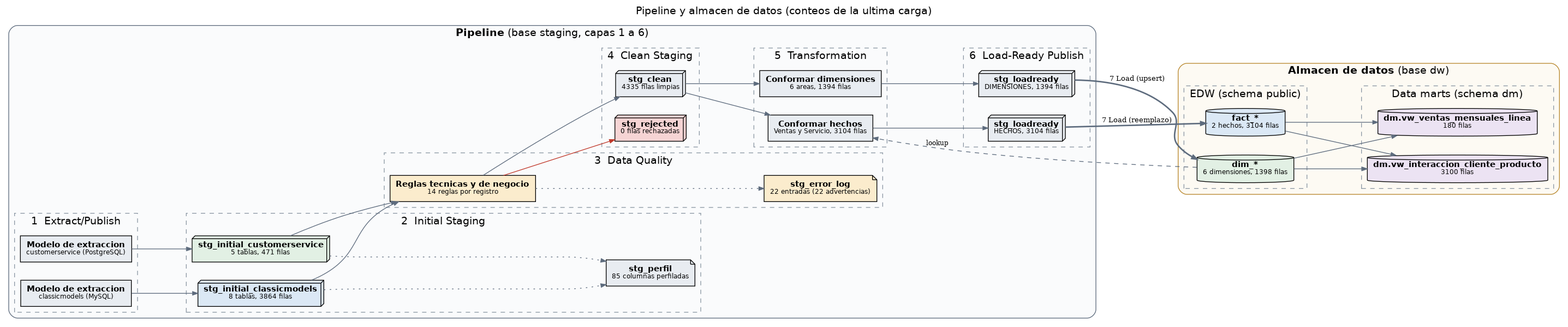
The Graphviz diagram docs/img/etl_pipeline.png in salo368/proyecto-modelos-datos, before a commit. Its source is kept beside it as docs/img/etl_pipeline.dot.
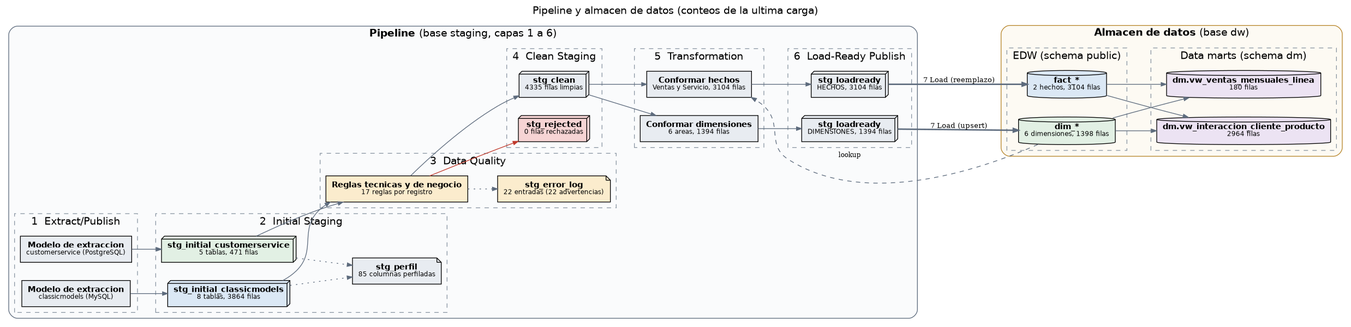
Later version of the same file.

The edit, as a diff of the source:
```diff
@@ -14,7 +14,7 @@
     profile [shape=note, style="filled", fillcolor="#e8ecf1", label=<<B>stg_perfil</B><BR/><FONT POINT-SIZE="9">85 columnas perfiladas</FONT>>];
     }
     subgraph cluster_3 { label="3  Data Quality"; style=dashed; color="#8a96a3";
-    dq [shape=box, style="filled", fillcolor="#fbeccd", label=<<B>Reglas tecnicas y de negocio</B><BR/><FONT POINT-SIZE="9">14 reglas por registro</FONT>>];
+    dq [shape=box, style="filled", fillcolor="#fbeccd", label=<<B>Reglas tecnicas y de negocio</B><BR/><FONT POINT-SIZE="9">17 reglas por registro</FONT>>];
     errlog [shape=note, style="filled", fillcolor="#fbeccd", label=<<B>stg_error_log</B><BR/><FONT POINT-SIZE="9">22 entradas (22 advertencias)</FONT>>];
     }
     subgraph cluster_4 { label="4  Clean Staging"; style=dashed; color="#8a96a3";
@@ -37,7 +37,7 @@
     facts [shape=cylinder, style="filled", fillcolor="#dbe8f5", label=<<B>fact_*</B><BR/><FONT POINT-SIZE="9">2 hechos, 3104 filas</FONT>>];
     }
     subgraph cluster_dm { label="Data marts (schema dm)"; style=dashed; color="#8a96a3";
-    dm1 [shape=cylinder, style="filled", fillcolor="#ece3f3", label=<<B>dm.vw_interaccion_cliente_producto</B><BR/><FONT POINT-SIZE="9">3100 filas</FONT>>];
+    dm1 [shape=cylinder, style="filled", fillcolor="#ece3f3", label=<<B>dm.vw_interaccion_cliente_producto</B><BR/><FONT POINT-SIZE="9">2964 filas</FONT>>];
     dm2 [shape=cylinder, style="filled", fillcolor="#ece3f3", label=<<B>dm.vw_ventas_mensuales_linea</B><BR/><FONT POINT-SIZE="9">180 filas</FONT>>];
     }
   }
```
